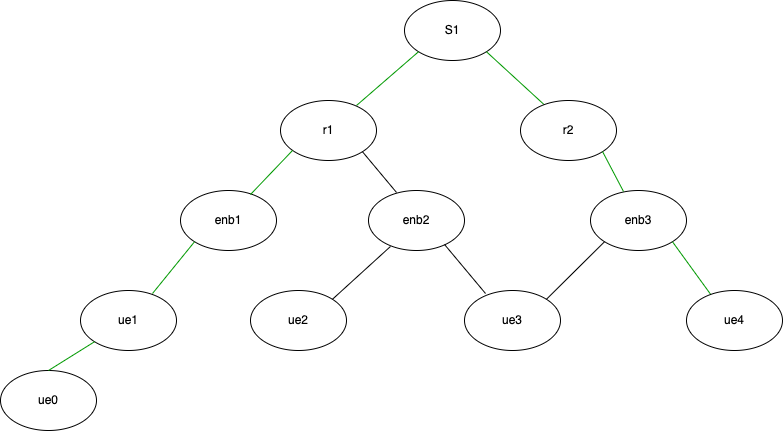
Before: measurements/graphs/layered-load-topology.png, a diagram exported from draw.io (Sigtrix/docker-testbed). Source tidied: cells renumbered, new cells last; positions are measured from the earlier drawing's top-left corner, leaving out a move shared by most shapes. Source of this version:
```xml
<mxGraphModel>
  <root>
    <mxCell id="0" />
    <mxCell id="1" parent="0" />
    <mxCell id="2" value="S1" style="ellipse;whiteSpace=wrap;html=1;" parent="1" vertex="1">
      <mxGeometry x="404" width="96" height="60" as="geometry" />
    </mxCell>
    <mxCell id="3" style="endArrow=none;html=1;rounded=0;entryX=0;entryY=1;entryDx=0;entryDy=0;exitX=0.792;exitY=0.083;exitDx=0;exitDy=0;exitPerimeter=0;strokeColor=#009900;" parent="1" edge="1" source="5" target="2">
      <mxGeometry relative="1" as="geometry" />
    </mxCell>
    <mxCell id="4" style="endArrow=none;html=1;rounded=0;entryX=1;entryY=1;entryDx=0;entryDy=0;exitX=0.313;exitY=0.167;exitDx=0;exitDy=0;exitPerimeter=0;strokeColor=#009900;" parent="1" edge="1" source="6" target="2">
      <mxGeometry relative="1" as="geometry" />
    </mxCell>
    <mxCell id="5" value="r1" style="ellipse;whiteSpace=wrap;html=1;" parent="1" vertex="1">
      <mxGeometry x="280" y="100" width="96" height="60" as="geometry" />
    </mxCell>
    <mxCell id="6" value="r2" style="ellipse;whiteSpace=wrap;html=1;" parent="1" vertex="1">
      <mxGeometry x="520" y="100" width="96" height="60" as="geometry" />
    </mxCell>
    <mxCell id="7" value="enb1" style="ellipse;whiteSpace=wrap;html=1;" parent="1" vertex="1">
      <mxGeometry x="180" y="190" width="96" height="60" as="geometry" />
    </mxCell>
    <mxCell id="8" style="endArrow=none;html=1;rounded=0;entryX=0;entryY=1;entryDx=0;entryDy=0;exitX=0.729;exitY=0.067;exitDx=0;exitDy=0;exitPerimeter=0;strokeColor=#009900;" parent="1" edge="1" source="7">
      <mxGeometry relative="1" as="geometry">
        <mxPoint x="292" y="150" as="targetPoint" />
      </mxGeometry>
    </mxCell>
    <mxCell id="9" value="enb2" style="ellipse;whiteSpace=wrap;html=1;" parent="1" vertex="1">
      <mxGeometry x="368" y="190" width="96" height="60" as="geometry" />
    </mxCell>
    <mxCell id="10" style="endArrow=none;html=1;rounded=0;entryX=1;entryY=1;entryDx=0;entryDy=0;exitX=0.292;exitY=0.033;exitDx=0;exitDy=0;exitPerimeter=0;" parent="1" edge="1" source="9" target="5">
      <mxGeometry relative="1" as="geometry" />
    </mxCell>
    <mxCell id="11" value="enb3" style="ellipse;whiteSpace=wrap;html=1;" parent="1" vertex="1">
      <mxGeometry x="590" y="190" width="96" height="60" as="geometry" />
    </mxCell>
    <mxCell id="12" style="endArrow=none;html=1;rounded=0;exitX=0.344;exitY=0.017;exitDx=0;exitDy=0;exitPerimeter=0;strokeColor=#009900;" parent="1" edge="1" source="11">
      <mxGeometry relative="1" as="geometry">
        <mxPoint x="602" y="151" as="targetPoint" />
      </mxGeometry>
    </mxCell>
    <mxCell id="13" value="ue1" style="ellipse;whiteSpace=wrap;html=1;" parent="1" vertex="1">
      <mxGeometry x="80" y="290" width="96" height="60" as="geometry" />
    </mxCell>
    <mxCell id="14" style="endArrow=none;html=1;rounded=0;entryX=0;entryY=1;entryDx=0;entryDy=0;exitX=0.75;exitY=0.05;exitDx=0;exitDy=0;exitPerimeter=0;fillColor=#009900;strokeColor=#009900;" parent="1" edge="1" source="13" target="7">
      <mxGeometry relative="1" as="geometry" />
    </mxCell>
    <mxCell id="15" value="ue2" style="ellipse;whiteSpace=wrap;html=1;" parent="1" vertex="1">
      <mxGeometry x="250" y="290" width="96" height="60" as="geometry" />
    </mxCell>
    <mxCell id="16" style="endArrow=none;html=1;rounded=0;entryX=0.229;entryY=0.933;entryDx=0;entryDy=0;exitX=1;exitY=0;exitDx=0;exitDy=0;entryPerimeter=0;" parent="1" edge="1" source="15" target="9">
      <mxGeometry relative="1" as="geometry" />
    </mxCell>
    <mxCell id="17" value="ue3" style="ellipse;whiteSpace=wrap;html=1;" parent="1" vertex="1">
      <mxGeometry x="464" y="290" width="96" height="60" as="geometry" />
    </mxCell>
    <mxCell id="18" style="endArrow=none;html=1;rounded=0;entryX=0.792;entryY=0.9;entryDx=0;entryDy=0;exitX=0.219;exitY=0.05;exitDx=0;exitDy=0;exitPerimeter=0;entryPerimeter=0;" parent="1" edge="1" source="17" target="9">
      <mxGeometry relative="1" as="geometry" />
    </mxCell>
    <mxCell id="19" style="endArrow=none;html=1;rounded=0;entryX=0;entryY=1;entryDx=0;entryDy=0;exitX=1;exitY=0;exitDx=0;exitDy=0;" parent="1" edge="1" source="17" target="11">
      <mxGeometry relative="1" as="geometry" />
    </mxCell>
    <mxCell id="20" style="endArrow=none;html=1;rounded=0;entryX=1;entryY=1;entryDx=0;entryDy=0;exitX=0.26;exitY=0.083;exitDx=0;exitDy=0;exitPerimeter=0;strokeColor=#009900;" parent="1" edge="1" source="21" target="11">
      <mxGeometry relative="1" as="geometry" />
    </mxCell>
    <mxCell id="21" value="ue4" style="ellipse;whiteSpace=wrap;html=1;" parent="1" vertex="1">
      <mxGeometry x="686" y="290" width="96" height="60" as="geometry" />
    </mxCell>
    <mxCell id="22" value="ue0" style="ellipse;whiteSpace=wrap;html=1;" parent="1" vertex="1">
      <mxGeometry y="370" width="96" height="60" as="geometry" />
    </mxCell>
    <mxCell id="23" style="endArrow=none;html=1;rounded=0;entryX=0;entryY=1;entryDx=0;entryDy=0;exitX=0.5;exitY=0;exitDx=0;exitDy=0;fillColor=#009900;strokeColor=#009900;" parent="1" edge="1" source="22" target="13">
      <mxGeometry relative="1" as="geometry" />
    </mxCell>
  </root>
</mxGraphModel>
```
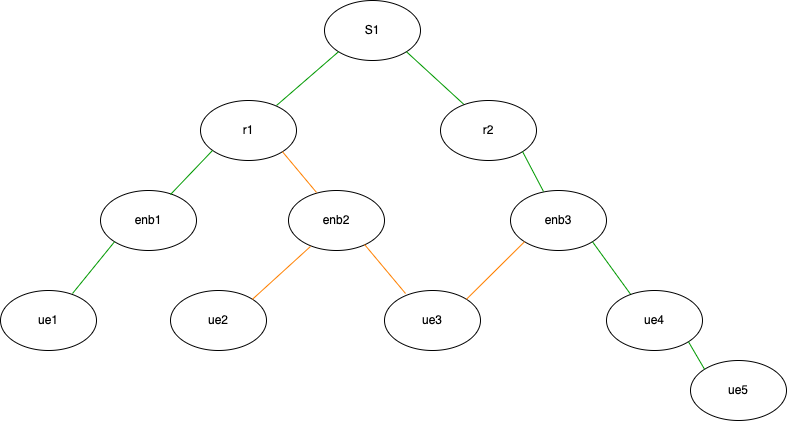
After the change.

Commit message:
Adds results for load-determined experiments

Diff of the diagram source:
```diff
@@ -28,7 +28,7 @@
     <mxCell id="9" value="enb2" style="ellipse;whiteSpace=wrap;html=1;" parent="1" vertex="1">
       <mxGeometry x="368" y="190" width="96" height="60" as="geometry" />
     </mxCell>
-    <mxCell id="10" style="endArrow=none;html=1;rounded=0;entryX=1;entryY=1;entryDx=0;entryDy=0;exitX=0.292;exitY=0.033;exitDx=0;exitDy=0;exitPerimeter=0;" parent="1" edge="1" source="9" target="5">
+    <mxCell id="10" style="endArrow=none;html=1;rounded=0;entryX=1;entryY=1;entryDx=0;entryDy=0;exitX=0.292;exitY=0.033;exitDx=0;exitDy=0;exitPerimeter=0;strokeColor=#FF8000;" parent="1" edge="1" source="9" target="5">
       <mxGeometry relative="1" as="geometry" />
     </mxCell>
     <mxCell id="11" value="enb3" style="ellipse;whiteSpace=wrap;html=1;" parent="1" vertex="1">
@@ -48,16 +48,16 @@
     <mxCell id="15" value="ue2" style="ellipse;whiteSpace=wrap;html=1;" parent="1" vertex="1">
       <mxGeometry x="250" y="290" width="96" height="60" as="geometry" />
     </mxCell>
-    <mxCell id="16" style="endArrow=none;html=1;rounded=0;entryX=0.229;entryY=0.933;entryDx=0;entryDy=0;exitX=1;exitY=0;exitDx=0;exitDy=0;entryPerimeter=0;" parent="1" edge="1" source="15" target="9">
+    <mxCell id="16" style="endArrow=none;html=1;rounded=0;entryX=0.229;entryY=0.933;entryDx=0;entryDy=0;exitX=1;exitY=0;exitDx=0;exitDy=0;entryPerimeter=0;strokeColor=#FF8000;" parent="1" edge="1" source="15" target="9">
       <mxGeometry relative="1" as="geometry" />
     </mxCell>
     <mxCell id="17" value="ue3" style="ellipse;whiteSpace=wrap;html=1;" parent="1" vertex="1">
       <mxGeometry x="464" y="290" width="96" height="60" as="geometry" />
     </mxCell>
-    <mxCell id="18" style="endArrow=none;html=1;rounded=0;entryX=0.792;entryY=0.9;entryDx=0;entryDy=0;exitX=0.219;exitY=0.05;exitDx=0;exitDy=0;exitPerimeter=0;entryPerimeter=0;" parent="1" edge="1" source="17" target="9">
+    <mxCell id="18" style="endArrow=none;html=1;rounded=0;entryX=0.792;entryY=0.9;entryDx=0;entryDy=0;exitX=0.219;exitY=0.05;exitDx=0;exitDy=0;exitPerimeter=0;entryPerimeter=0;strokeColor=#FF8000;" parent="1" edge="1" source="17" target="9">
       <mxGeometry relative="1" as="geometry" />
     </mxCell>
-    <mxCell id="19" style="endArrow=none;html=1;rounded=0;entryX=0;entryY=1;entryDx=0;entryDy=0;exitX=1;exitY=0;exitDx=0;exitDy=0;" parent="1" edge="1" source="17" target="11">
+    <mxCell id="19" style="endArrow=none;html=1;rounded=0;entryX=0;entryY=1;entryDx=0;entryDy=0;exitX=1;exitY=0;exitDx=0;exitDy=0;strokeColor=#FF8000;" parent="1" edge="1" source="17" target="11">
       <mxGeometry relative="1" as="geometry" />
     </mxCell>
     <mxCell id="20" style="endArrow=none;html=1;rounded=0;entryX=1;entryY=1;entryDx=0;entryDy=0;exitX=0.26;exitY=0.083;exitDx=0;exitDy=0;exitPerimeter=0;strokeColor=#009900;" parent="1" edge="1" source="21" target="11">
@@ -66,11 +66,11 @@
     <mxCell id="21" value="ue4" style="ellipse;whiteSpace=wrap;html=1;" parent="1" vertex="1">
       <mxGeometry x="686" y="290" width="96" height="60" as="geometry" />
     </mxCell>
-    <mxCell id="22" value="ue0" style="ellipse;whiteSpace=wrap;html=1;" parent="1" vertex="1">
-      <mxGeometry y="370" width="96" height="60" as="geometry" />
-    </mxCell>
-    <mxCell id="23" style="endArrow=none;html=1;rounded=0;entryX=0;entryY=1;entryDx=0;entryDy=0;exitX=0.5;exitY=0;exitDx=0;exitDy=0;fillColor=#009900;strokeColor=#009900;" parent="1" edge="1" source="22" target="13">
-      <mxGeometry relative="1" as="geometry" />
-    </mxCell>
+    <mxCell id="24" value="ue5" style="ellipse;whiteSpace=wrap;html=1;" parent="1" vertex="1">
+      <mxGeometry x="770" y="360" width="96" height="60" as="geometry" />
+    </mxCell>
+    <mxCell id="25" style="endArrow=none;html=1;rounded=0;entryX=1;entryY=1;entryDx=0;entryDy=0;exitX=0;exitY=0;exitDx=0;exitDy=0;strokeColor=#009900;" parent="1" edge="1" source="24" target="21">
+      <mxGeometry relative="1" as="geometry" />
+    </mxCell>
   </root>
 </mxGraphModel>
```
